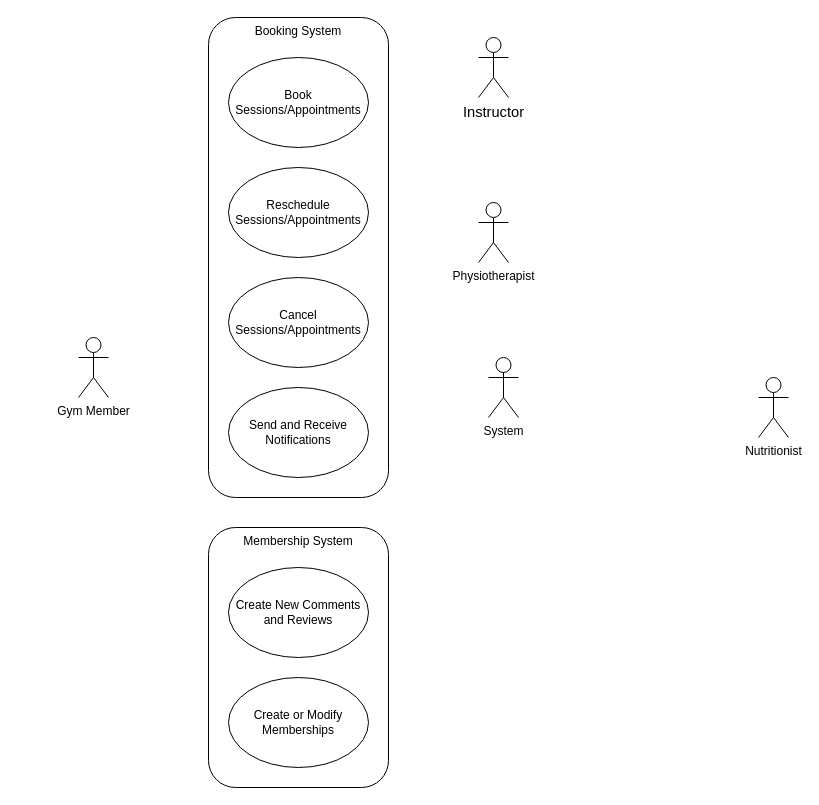
Earlier version of the draw.io diagram Diagrama sin título.drawio (ChristianBocanegra/Example1). Source tidied: cells renumbered, new cells numbered last; positions are measured from the earlier drawing's top-left corner, leaving out a move shared by most shapes. Both pictures are drawn from the tidied source at 100%, with x=0, y=0 at pixel (78, 17).
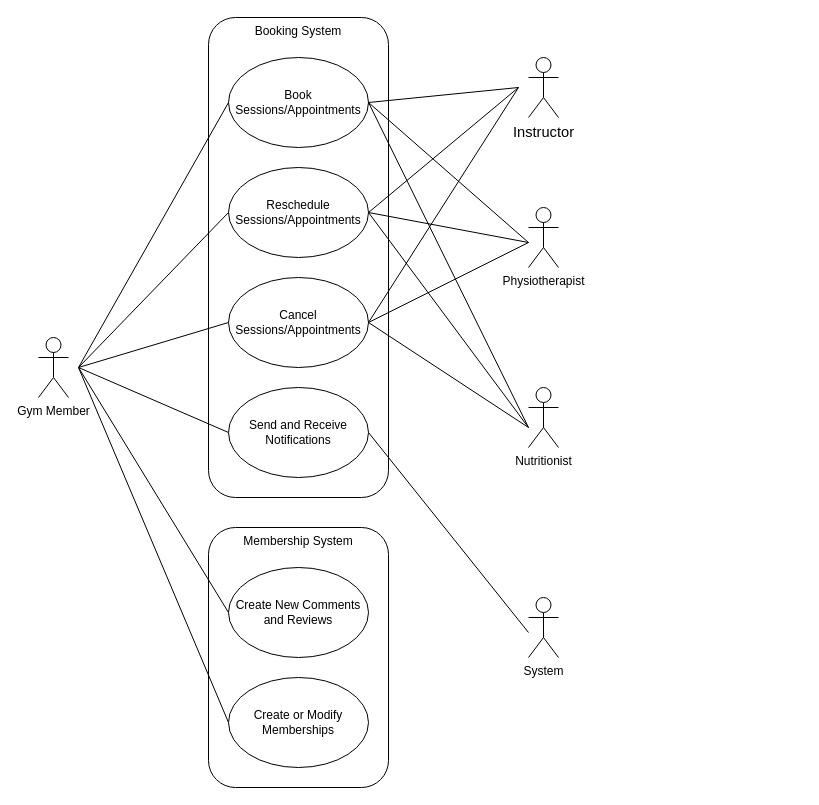
After the change.

Unchanged cells that the change refers to:
```xml
<mxCell id="9" value="Book Sessions/Appointments" style="ellipse;whiteSpace=wrap;html=1;" parent="1" vertex="1">
  <mxGeometry x="150" y="40" width="140" height="90" as="geometry" />
</mxCell>
<mxCell id="10" value="Reschedule Sessions/Appointments" style="ellipse;whiteSpace=wrap;html=1;" parent="1" vertex="1">
  <mxGeometry x="150" y="150" width="140" height="90" as="geometry" />
</mxCell>
<mxCell id="11" value="Cancel Sessions/Appointments" style="ellipse;whiteSpace=wrap;html=1;" parent="1" vertex="1">
  <mxGeometry x="150" y="260" width="140" height="90" as="geometry" />
</mxCell>
<mxCell id="12" value="Create New Comments and Reviews" style="ellipse;whiteSpace=wrap;html=1;" parent="1" vertex="1">
  <mxGeometry x="150" y="550" width="140" height="90" as="geometry" />
</mxCell>
<mxCell id="13" value="Create or Modify Memberships" style="ellipse;whiteSpace=wrap;html=1;" parent="1" vertex="1">
  <mxGeometry x="150" y="660" width="140" height="90" as="geometry" />
</mxCell>
<mxCell id="14" value="Send and Receive Notifications" style="ellipse;whiteSpace=wrap;html=1;" parent="1" vertex="1">
  <mxGeometry x="150" y="370" width="140" height="90" as="geometry" />
</mxCell>
```

Diff of the diagram source:
```diff
@@
     <mxCell id="4" value="Gym Member" style="shape=umlActor;verticalLabelPosition=bottom;verticalAlign=top;html=1;" parent="1" vertex="1">
-      <mxGeometry y="320" width="30" height="60" as="geometry" />
+      <mxGeometry x="-40" y="320" width="30" height="60" as="geometry" />
     </mxCell>
     <mxCell id="5" value="&lt;span id=&quot;docs-internal-guid-9bad511e-7fff-7c75-738a-3bb238ec5915&quot;&gt;&lt;span style=&quot;font-size: 11pt; font-family: Aptos; background-color: transparent; font-variant-numeric: normal; font-variant-east-asian: normal; font-variant-alternates: normal; font-variant-position: normal; vertical-align: baseline; white-space: pre-wrap;&quot;&gt;Instructor&lt;/span&gt;&lt;/span&gt;" style="shape=umlActor;verticalLabelPosition=bottom;verticalAlign=top;html=1;" parent="1" vertex="1">
-      <mxGeometry x="400" y="20" width="30" height="60" as="geometry" />
+      <mxGeometry x="450" y="40" width="30" height="60" as="geometry" />
     </mxCell>
     <mxCell id="6" value="Physiotherapist" style="shape=umlActor;verticalLabelPosition=bottom;verticalAlign=top;html=1;" parent="1" vertex="1">
-      <mxGeometry x="400" y="185" width="30" height="60" as="geometry" />
+      <mxGeometry x="450" y="190" width="30" height="60" as="geometry" />
     </mxCell>
     <mxCell id="7" value="Nutritionist" style="shape=umlActor;verticalLabelPosition=bottom;verticalAlign=top;html=1;" parent="1" vertex="1">
-      <mxGeometry x="680" y="360" width="30" height="60" as="geometry" />
+      <mxGeometry x="450" y="370" width="30" height="60" as="geometry" />
     </mxCell>
     <mxCell id="8" value="System" style="shape=umlActor;verticalLabelPosition=bottom;verticalAlign=top;html=1;" parent="1" vertex="1">
-      <mxGeometry x="410" y="340" width="30" height="60" as="geometry" />
+      <mxGeometry x="450" y="580" width="30" height="60" as="geometry" />
     </mxCell>
@@
+    <mxCell id="15" style="endArrow=none;html=1;rounded=0;entryX=0;entryY=0.5;entryDx=0;entryDy=0;" parent="1" edge="1" target="9">
+      <mxGeometry relative="1" as="geometry">
+        <mxPoint y="350" as="sourcePoint" />
+      </mxGeometry>
+    </mxCell>
+    <mxCell id="16" style="endArrow=none;html=1;rounded=0;entryX=0;entryY=0.5;entryDx=0;entryDy=0;" parent="1" edge="1" target="10">
+      <mxGeometry relative="1" as="geometry">
+        <mxPoint y="350" as="sourcePoint" />
+      </mxGeometry>
+    </mxCell>
+    <mxCell id="17" style="endArrow=none;html=1;rounded=0;entryX=0;entryY=0.5;entryDx=0;entryDy=0;" parent="1" edge="1" target="11">
+      <mxGeometry relative="1" as="geometry">
+        <mxPoint y="350" as="sourcePoint" />
+      </mxGeometry>
+    </mxCell>
+    <mxCell id="18" style="endArrow=none;html=1;rounded=0;entryX=0;entryY=0.5;entryDx=0;entryDy=0;" parent="1" edge="1" target="14">
+      <mxGeometry relative="1" as="geometry">
+        <mxPoint y="350" as="sourcePoint" />
+      </mxGeometry>
+    </mxCell>
+    <mxCell id="19" style="endArrow=none;html=1;rounded=0;entryX=0;entryY=0.5;entryDx=0;entryDy=0;" parent="1" edge="1" target="12">
+      <mxGeometry relative="1" as="geometry">
+        <mxPoint y="350" as="sourcePoint" />
+      </mxGeometry>
+    </mxCell>
+    <mxCell id="20" style="endArrow=none;html=1;rounded=0;entryX=0;entryY=0.5;entryDx=0;entryDy=0;" parent="1" edge="1" target="13">
+      <mxGeometry relative="1" as="geometry">
+        <mxPoint y="350" as="sourcePoint" />
+      </mxGeometry>
+    </mxCell>
+    <mxCell id="21" style="endArrow=none;html=1;rounded=0;exitX=1;exitY=0.5;exitDx=0;exitDy=0;" parent="1" edge="1" source="9">
+      <mxGeometry relative="1" as="geometry">
+        <mxPoint x="440" y="70" as="targetPoint" />
+      </mxGeometry>
+    </mxCell>
+    <mxCell id="22" style="endArrow=none;html=1;rounded=0;exitX=1;exitY=0.5;exitDx=0;exitDy=0;" parent="1" edge="1" source="10">
+      <mxGeometry relative="1" as="geometry">
+        <mxPoint x="440" y="70" as="targetPoint" />
+      </mxGeometry>
+    </mxCell>
+    <mxCell id="23" style="endArrow=none;html=1;rounded=0;exitX=1;exitY=0.5;exitDx=0;exitDy=0;" parent="1" edge="1" source="11">
+      <mxGeometry relative="1" as="geometry">
+        <mxPoint x="440" y="70" as="targetPoint" />
+      </mxGeometry>
+    </mxCell>
+    <mxCell id="24" style="endArrow=none;html=1;rounded=0;exitX=1;exitY=0.5;exitDx=0;exitDy=0;" parent="1" edge="1" source="9">
+      <mxGeometry relative="1" as="geometry">
+        <mxPoint x="450" y="225" as="targetPoint" />
+      </mxGeometry>
+    </mxCell>
+    <mxCell id="25" style="endArrow=none;html=1;rounded=0;exitX=1;exitY=0.5;exitDx=0;exitDy=0;" parent="1" edge="1" source="10">
+      <mxGeometry relative="1" as="geometry">
+        <mxPoint x="450" y="225" as="targetPoint" />
+      </mxGeometry>
+    </mxCell>
+    <mxCell id="26" style="endArrow=none;html=1;rounded=0;exitX=1;exitY=0.5;exitDx=0;exitDy=0;" parent="1" edge="1" source="11">
+      <mxGeometry relative="1" as="geometry">
+        <mxPoint x="450" y="225" as="targetPoint" />
+      </mxGeometry>
+    </mxCell>
+    <mxCell id="27" style="endArrow=none;html=1;rounded=0;exitX=1;exitY=0.5;exitDx=0;exitDy=0;" parent="1" edge="1" source="9">
+      <mxGeometry relative="1" as="geometry">
+        <mxPoint x="450" y="410" as="targetPoint" />
+      </mxGeometry>
+    </mxCell>
+    <mxCell id="28" style="endArrow=none;html=1;rounded=0;exitX=1;exitY=0.5;exitDx=0;exitDy=0;" parent="1" edge="1" source="10">
+      <mxGeometry relative="1" as="geometry">
+        <mxPoint x="450" y="410" as="targetPoint" />
+      </mxGeometry>
+    </mxCell>
+    <mxCell id="29" style="endArrow=none;html=1;rounded=0;exitX=1;exitY=0.5;exitDx=0;exitDy=0;" parent="1" edge="1" source="11">
+      <mxGeometry relative="1" as="geometry">
+        <mxPoint x="450" y="410" as="targetPoint" />
+      </mxGeometry>
+    </mxCell>
+    <mxCell id="30" style="endArrow=none;html=1;rounded=0;exitX=1;exitY=0.5;exitDx=0;exitDy=0;" parent="1" edge="1" source="14">
+      <mxGeometry relative="1" as="geometry">
+        <mxPoint x="450" y="615" as="targetPoint" />
+      </mxGeometry>
+    </mxCell>
```
